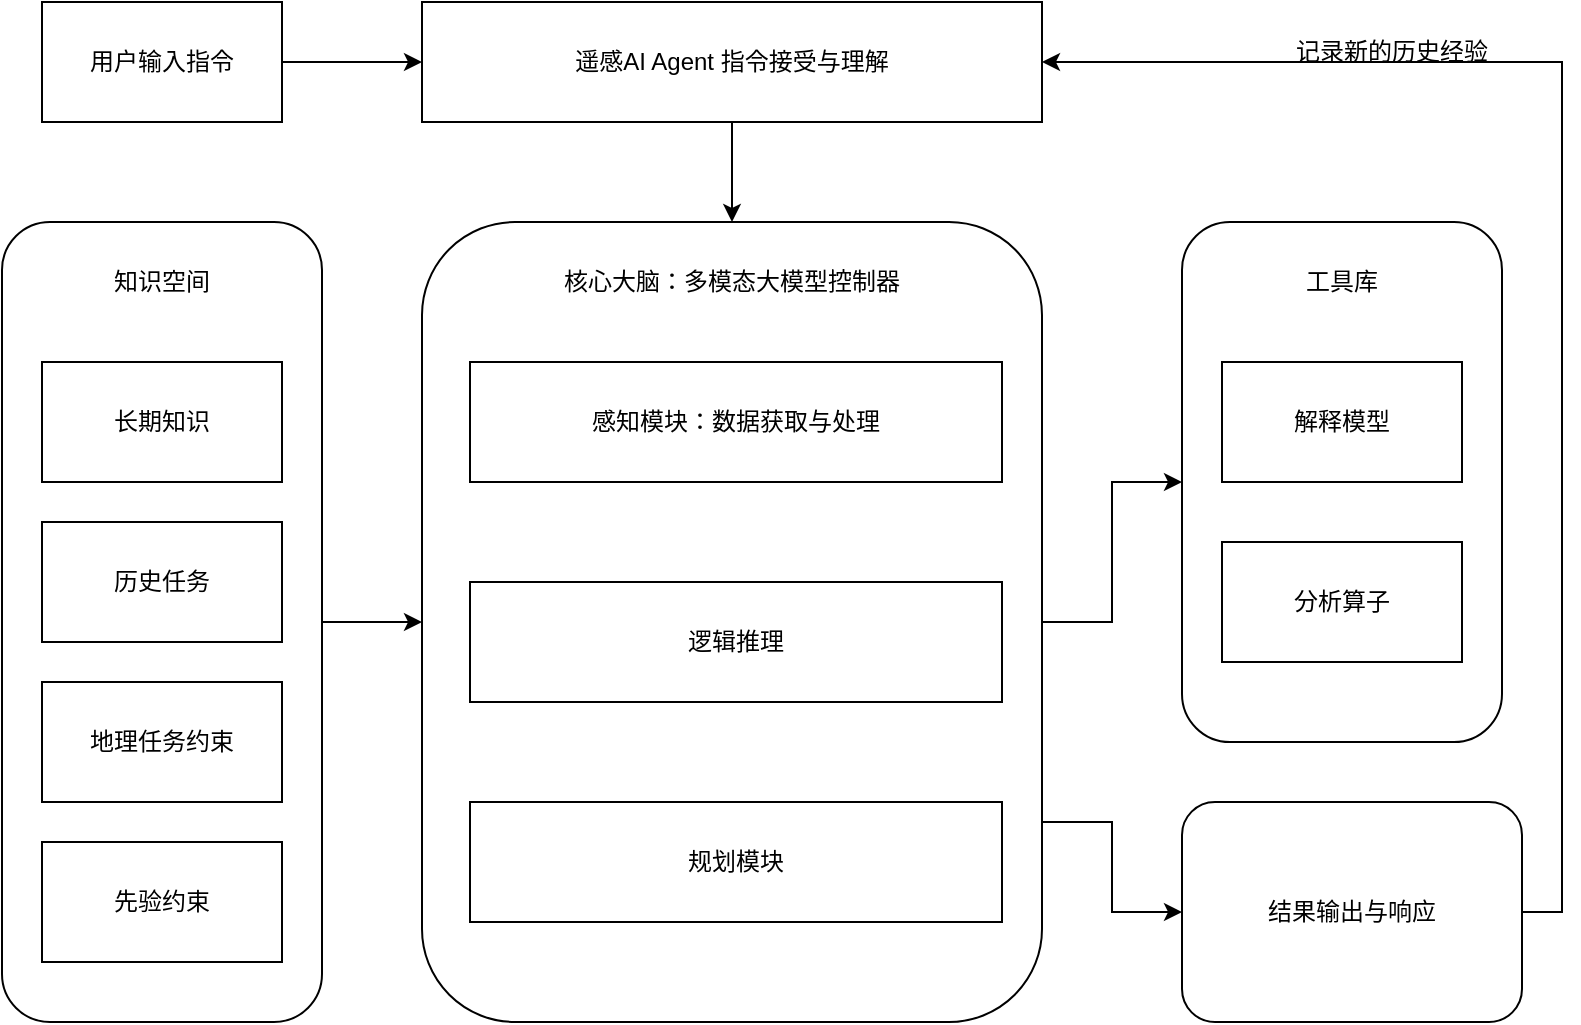
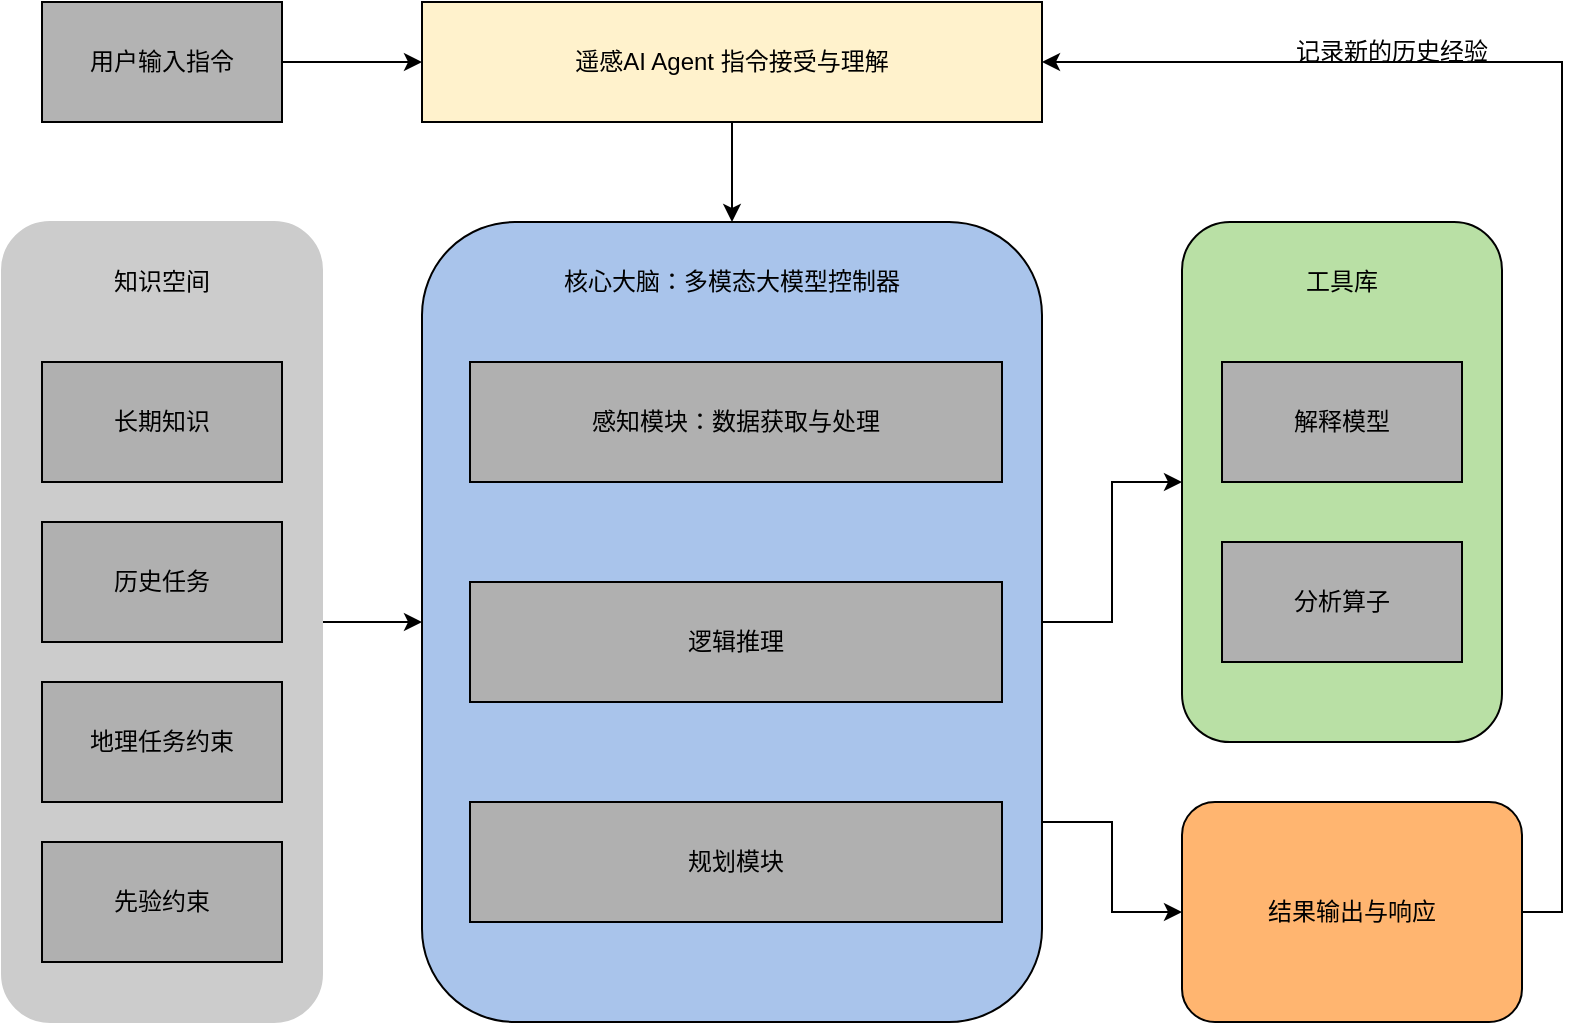
<mxfile host="app.diagrams.net">
  <diagram name="第 1 页" id="roLPhgsZcLmPGV9yMQg9">
    <mxGraphModel dx="947" dy="1866" grid="1" gridSize="10" guides="1" tooltips="1" connect="1" arrows="1" fold="1" page="1" pageScale="1" pageWidth="827" pageHeight="1169" math="0" shadow="0">
      <root>
        <mxCell id="0" />
        <mxCell id="1" parent="0" />
        <mxCell id="LtJFuf1lyiHRXdoB9Wjr-20" edge="1" parent="1" source="LtJFuf1lyiHRXdoB9Wjr-1" style="edgeStyle=orthogonalEdgeStyle;rounded=0;orthogonalLoop=1;jettySize=auto;html=1;exitX=1;exitY=0.5;exitDx=0;exitDy=0;" target="LtJFuf1lyiHRXdoB9Wjr-2">
          <mxGeometry relative="1" as="geometry" />
        </mxCell>
-         <mxCell id="LtJFuf1lyiHRXdoB9Wjr-1" parent="1" style="rounded=0;whiteSpace=wrap;html=1;" value="用户输入指令" vertex="1">
+         <mxCell id="LtJFuf1lyiHRXdoB9Wjr-1" parent="1" style="rounded=0;whiteSpace=wrap;html=1;fillColor=#B3B3B3;" value="用户输入指令" vertex="1">
          <mxGeometry height="60" width="120" x="80" y="230" as="geometry" />
        </mxCell>
        <mxCell id="LtJFuf1lyiHRXdoB9Wjr-28" edge="1" parent="1" source="LtJFuf1lyiHRXdoB9Wjr-2" style="edgeStyle=orthogonalEdgeStyle;rounded=0;orthogonalLoop=1;jettySize=auto;html=1;exitX=0.5;exitY=1;exitDx=0;exitDy=0;entryX=0.5;entryY=0;entryDx=0;entryDy=0;" target="LtJFuf1lyiHRXdoB9Wjr-4">
          <mxGeometry relative="1" as="geometry" />
        </mxCell>
-         <mxCell id="LtJFuf1lyiHRXdoB9Wjr-2" parent="1" style="rounded=0;whiteSpace=wrap;html=1;" value="遥感AI Agent 指令接受与理解" vertex="1">
+         <mxCell id="LtJFuf1lyiHRXdoB9Wjr-2" parent="1" style="rounded=0;whiteSpace=wrap;html=1;fillColor=#FFF2CC;" value="遥感AI Agent 指令接受与理解" vertex="1">
          <mxGeometry height="60" width="310" x="270" y="230" as="geometry" />
        </mxCell>
        <mxCell id="LtJFuf1lyiHRXdoB9Wjr-27" edge="1" parent="1" source="LtJFuf1lyiHRXdoB9Wjr-3" style="edgeStyle=orthogonalEdgeStyle;rounded=0;orthogonalLoop=1;jettySize=auto;html=1;exitX=1;exitY=0.5;exitDx=0;exitDy=0;entryX=0;entryY=0.5;entryDx=0;entryDy=0;" target="LtJFuf1lyiHRXdoB9Wjr-4">
          <mxGeometry relative="1" as="geometry" />
        </mxCell>
-         <mxCell id="LtJFuf1lyiHRXdoB9Wjr-3" parent="1" style="rounded=1;whiteSpace=wrap;html=1;" value="" vertex="1">
+         <mxCell id="LtJFuf1lyiHRXdoB9Wjr-3" parent="1" style="rounded=1;whiteSpace=wrap;html=1;strokeColor=#CCCCCC;fillColor=#CCCCCC;" value="" vertex="1">
          <mxGeometry height="400" width="160" x="60" y="340" as="geometry" />
        </mxCell>
        <mxCell id="LtJFuf1lyiHRXdoB9Wjr-25" edge="1" parent="1" source="LtJFuf1lyiHRXdoB9Wjr-4" style="edgeStyle=orthogonalEdgeStyle;rounded=0;orthogonalLoop=1;jettySize=auto;html=1;exitX=1;exitY=0.5;exitDx=0;exitDy=0;entryX=0;entryY=0.5;entryDx=0;entryDy=0;" target="LtJFuf1lyiHRXdoB9Wjr-5">
          <mxGeometry relative="1" as="geometry" />
        </mxCell>
        <mxCell id="LtJFuf1lyiHRXdoB9Wjr-26" edge="1" parent="1" source="LtJFuf1lyiHRXdoB9Wjr-4" style="edgeStyle=orthogonalEdgeStyle;rounded=0;orthogonalLoop=1;jettySize=auto;html=1;exitX=1;exitY=0.75;exitDx=0;exitDy=0;entryX=0;entryY=0.5;entryDx=0;entryDy=0;" target="LtJFuf1lyiHRXdoB9Wjr-16">
          <mxGeometry relative="1" as="geometry" />
        </mxCell>
-         <mxCell id="LtJFuf1lyiHRXdoB9Wjr-4" parent="1" style="rounded=1;whiteSpace=wrap;html=1;" value="" vertex="1">
+         <mxCell id="LtJFuf1lyiHRXdoB9Wjr-4" parent="1" style="rounded=1;whiteSpace=wrap;html=1;fillColor=#A9C4EB;" value="" vertex="1">
          <mxGeometry height="400" width="310" x="270" y="340" as="geometry" />
        </mxCell>
-         <mxCell id="LtJFuf1lyiHRXdoB9Wjr-5" parent="1" style="rounded=1;whiteSpace=wrap;html=1;" value="" vertex="1">
+         <mxCell id="LtJFuf1lyiHRXdoB9Wjr-5" parent="1" style="rounded=1;whiteSpace=wrap;html=1;fillColor=#B9E0A5;" value="" vertex="1">
          <mxGeometry height="260" width="160" x="650" y="340" as="geometry" />
        </mxCell>
-         <mxCell id="LtJFuf1lyiHRXdoB9Wjr-6" parent="1" style="rounded=0;whiteSpace=wrap;html=1;" value="长期知识" vertex="1">
+         <mxCell id="LtJFuf1lyiHRXdoB9Wjr-6" parent="1" style="rounded=0;whiteSpace=wrap;html=1;fillColor=#B0B0B0;" value="长期知识" vertex="1">
          <mxGeometry height="60" width="120" x="80" y="410" as="geometry" />
        </mxCell>
-         <mxCell id="LtJFuf1lyiHRXdoB9Wjr-7" parent="1" style="rounded=0;whiteSpace=wrap;html=1;" value="历史任务" vertex="1">
+         <mxCell id="LtJFuf1lyiHRXdoB9Wjr-7" parent="1" style="rounded=0;whiteSpace=wrap;html=1;fillColor=#B0B0B0;" value="历史任务" vertex="1">
          <mxGeometry height="60" width="120" x="80" y="490" as="geometry" />
        </mxCell>
-         <mxCell id="LtJFuf1lyiHRXdoB9Wjr-8" parent="1" style="rounded=0;whiteSpace=wrap;html=1;" value="地理任务约束" vertex="1">
+         <mxCell id="LtJFuf1lyiHRXdoB9Wjr-8" parent="1" style="rounded=0;whiteSpace=wrap;html=1;fillColor=#B0B0B0;" value="地理任务约束" vertex="1">
          <mxGeometry height="60" width="120" x="80" y="570" as="geometry" />
        </mxCell>
-         <mxCell id="LtJFuf1lyiHRXdoB9Wjr-9" parent="1" style="rounded=0;whiteSpace=wrap;html=1;" value="先验约束" vertex="1">
+         <mxCell id="LtJFuf1lyiHRXdoB9Wjr-9" parent="1" style="rounded=0;whiteSpace=wrap;html=1;fillColor=#B0B0B0;" value="先验约束" vertex="1">
          <mxGeometry height="60" width="120" x="80" y="650" as="geometry" />
        </mxCell>
-         <mxCell id="LtJFuf1lyiHRXdoB9Wjr-10" parent="1" style="rounded=0;whiteSpace=wrap;html=1;" value="感知模块：数据获取与处理" vertex="1">
+         <mxCell id="LtJFuf1lyiHRXdoB9Wjr-10" parent="1" style="rounded=0;whiteSpace=wrap;html=1;fillColor=#B0B0B0;" value="感知模块：数据获取与处理" vertex="1">
          <mxGeometry height="60" width="266" x="294" y="410" as="geometry" />
        </mxCell>
-         <mxCell id="LtJFuf1lyiHRXdoB9Wjr-12" parent="1" style="rounded=0;whiteSpace=wrap;html=1;" value="逻辑推理" vertex="1">
+         <mxCell id="LtJFuf1lyiHRXdoB9Wjr-12" parent="1" style="rounded=0;whiteSpace=wrap;html=1;fillColor=#B0B0B0;" value="逻辑推理" vertex="1">
          <mxGeometry height="60" width="266" x="294" y="520" as="geometry" />
        </mxCell>
-         <mxCell id="LtJFuf1lyiHRXdoB9Wjr-13" parent="1" style="rounded=0;whiteSpace=wrap;html=1;" value="规划模块" vertex="1">
+         <mxCell id="LtJFuf1lyiHRXdoB9Wjr-13" parent="1" style="rounded=0;whiteSpace=wrap;html=1;fillColor=#B0B0B0;" value="规划模块" vertex="1">
          <mxGeometry height="60" width="266" x="294" y="630" as="geometry" />
        </mxCell>
-         <mxCell id="LtJFuf1lyiHRXdoB9Wjr-14" parent="1" style="rounded=0;whiteSpace=wrap;html=1;" value="解释模型" vertex="1">
+         <mxCell id="LtJFuf1lyiHRXdoB9Wjr-14" parent="1" style="rounded=0;whiteSpace=wrap;html=1;fillColor=#B0B0B0;" value="解释模型" vertex="1">
          <mxGeometry height="60" width="120" x="670" y="410" as="geometry" />
        </mxCell>
-         <mxCell id="LtJFuf1lyiHRXdoB9Wjr-15" parent="1" style="rounded=0;whiteSpace=wrap;html=1;" value="分析算子" vertex="1">
+         <mxCell id="LtJFuf1lyiHRXdoB9Wjr-15" parent="1" style="rounded=0;whiteSpace=wrap;html=1;fillColor=#B0B0B0;" value="分析算子" vertex="1">
          <mxGeometry height="60" width="120" x="670" y="500" as="geometry" />
        </mxCell>
        <mxCell id="LtJFuf1lyiHRXdoB9Wjr-21" edge="1" parent="1" source="LtJFuf1lyiHRXdoB9Wjr-16" style="edgeStyle=orthogonalEdgeStyle;rounded=0;orthogonalLoop=1;jettySize=auto;html=1;exitX=1;exitY=0.5;exitDx=0;exitDy=0;entryX=1;entryY=0.5;entryDx=0;entryDy=0;" target="LtJFuf1lyiHRXdoB9Wjr-2">
          <mxGeometry relative="1" as="geometry" />
        </mxCell>
-         <mxCell id="LtJFuf1lyiHRXdoB9Wjr-16" parent="1" style="rounded=1;whiteSpace=wrap;html=1;" value="结果输出与响应" vertex="1">
+         <mxCell id="LtJFuf1lyiHRXdoB9Wjr-16" parent="1" style="rounded=1;whiteSpace=wrap;html=1;fillColor=#FFB570;" value="结果输出与响应" vertex="1">
          <mxGeometry height="110" width="170" x="650" y="630" as="geometry" />
        </mxCell>
        <mxCell id="LtJFuf1lyiHRXdoB9Wjr-17" parent="1" style="text;html=1;whiteSpace=wrap;strokeColor=none;fillColor=none;align=center;verticalAlign=middle;rounded=0;" value="知识空间" vertex="1">
          <mxGeometry height="40" width="80" x="100" y="350" as="geometry" />
        </mxCell>
        <mxCell id="LtJFuf1lyiHRXdoB9Wjr-18" parent="1" style="text;html=1;whiteSpace=wrap;strokeColor=none;fillColor=none;align=center;verticalAlign=middle;rounded=0;" value="核心大脑：多模态大模型控制器" vertex="1">
          <mxGeometry height="30" width="190" x="330" y="355" as="geometry" />
        </mxCell>
        <mxCell id="LtJFuf1lyiHRXdoB9Wjr-19" parent="1" style="text;html=1;whiteSpace=wrap;strokeColor=none;fillColor=none;align=center;verticalAlign=middle;rounded=0;" value="工具库" vertex="1">
          <mxGeometry height="30" width="60" x="700" y="355" as="geometry" />
        </mxCell>
        <mxCell id="LtJFuf1lyiHRXdoB9Wjr-29" parent="1" style="text;html=1;whiteSpace=wrap;strokeColor=none;fillColor=none;align=center;verticalAlign=middle;rounded=0;" value="记录新的历史经验" vertex="1">
          <mxGeometry height="30" width="170" x="670" y="240" as="geometry" />
        </mxCell>
      </root>
    </mxGraphModel>
  </diagram>
</mxfile>
